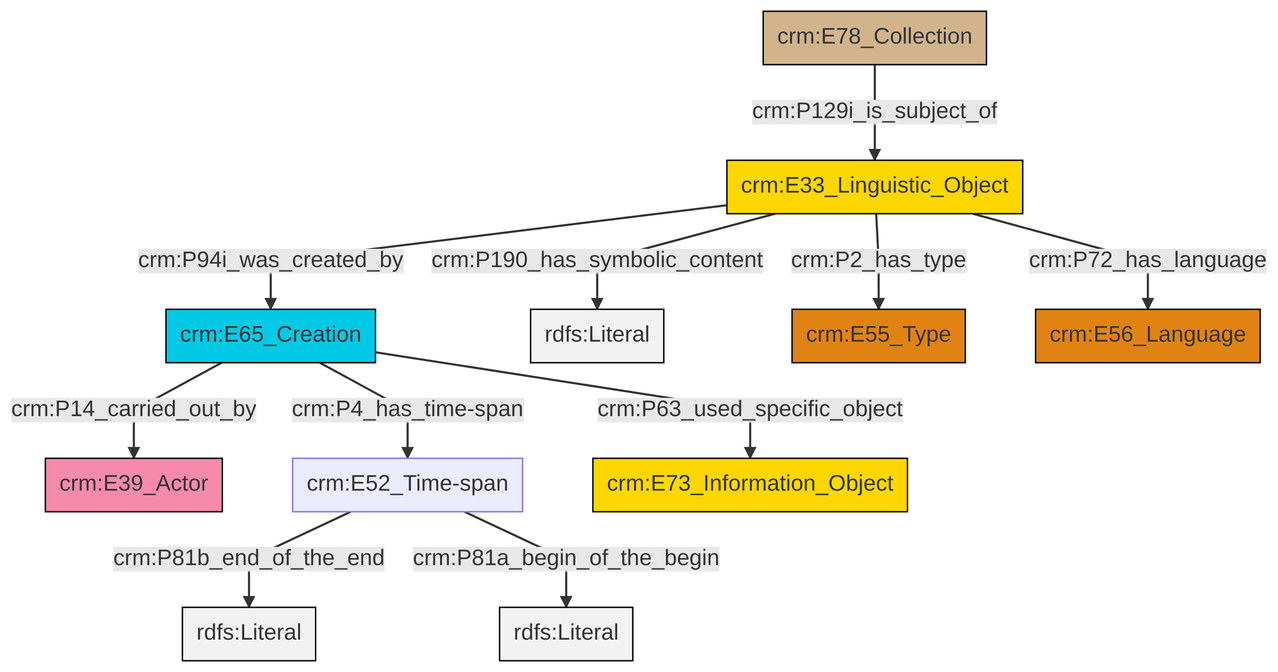
Earlier version of the Mermaid export et/archivalCSV/ttl/mmd/png/archival_desc.png (swiss-art-research-net/docs.swissartresearch). Its source is kept beside it as et/archivalCSV/ttl/mmd/archival_desc.ttl.mmd.
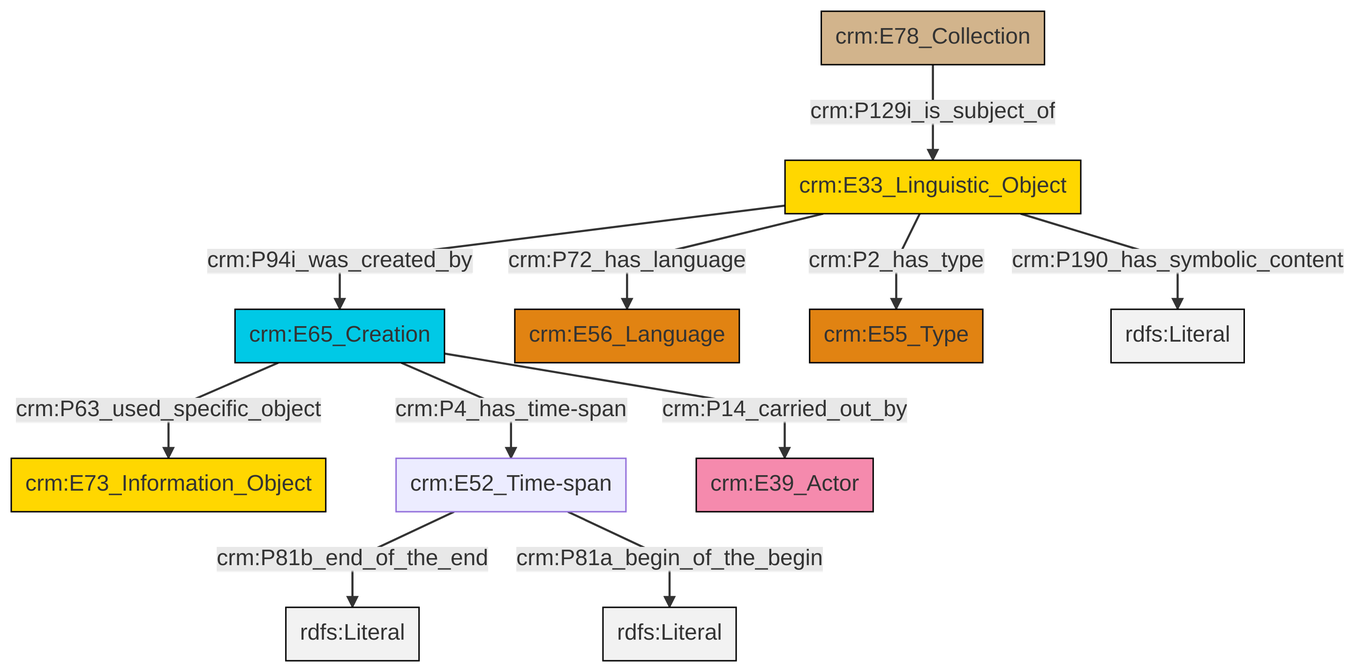
After the change.

Change to the diagram source:
```diff
@@ -13,13 +13,13 @@
 classDef PC_Classes fill:#4ce600, stroke:#000000;
 classDef Multi fill:#cccccc,stroke:#000000;
 
-0["crm:E65_Creation"]:::Temporal_Entity -->|crm:P14_carried_out_by| 1["crm:E39_Actor"]:::Actor
-2["crm:E33_Linguistic_Object"]:::Conceptual_Object -->|crm:P190_has_symbolic_content| 3[rdfs:Literal]:::Literal
-0["crm:E65_Creation"]:::Temporal_Entity -->|crm:P4_has_time-span| 7["crm:E52_Time-span"]:::Default
-7["crm:E52_Time-span"]:::Default -->|crm:P81b_end_of_the_end| 10[rdfs:Literal]:::Literal
-7["crm:E52_Time-span"]:::Default -->|crm:P81a_begin_of_the_begin| 18[rdfs:Literal]:::Literal
-2["crm:E33_Linguistic_Object"]:::Conceptual_Object -->|crm:P72_has_language| 13["crm:E56_Language"]:::Type
-0["crm:E65_Creation"]:::Temporal_Entity -->|crm:P63_used_specific_object| 15["crm:E73_Information_Object"]:::Conceptual_Object
-11["crm:E78_Collection"]:::Physical_Thing -->|crm:P129i_is_subject_of| 2["crm:E33_Linguistic_Object"]:::Conceptual_Object
-2["crm:E33_Linguistic_Object"]:::Conceptual_Object -->|crm:P2_has_type| 4["crm:E55_Type"]:::Type
-2["crm:E33_Linguistic_Object"]:::Conceptual_Object -->|crm:P94i_was_created_by| 0["crm:E65_Creation"]:::Temporal_Entity
+0["crm:E65_Creation"]:::Temporal_Entity -->|crm:P63_used_specific_object| 1["crm:E73_Information_Object"]:::Conceptual_Object
+0["crm:E65_Creation"]:::Temporal_Entity -->|crm:P14_carried_out_by| 6["crm:E39_Actor"]:::Actor
+2["crm:E78_Collection"]:::Physical_Thing -->|crm:P129i_is_subject_of| 7["crm:E33_Linguistic_Object"]:::Conceptual_Object
+7["crm:E33_Linguistic_Object"]:::Conceptual_Object -->|crm:P72_has_language| 8["crm:E56_Language"]:::Type
+4["crm:E52_Time-span"]:::Default -->|crm:P81b_end_of_the_end| 11[rdfs:Literal]:::Literal
+7["crm:E33_Linguistic_Object"]:::Conceptual_Object -->|crm:P94i_was_created_by| 0["crm:E65_Creation"]:::Temporal_Entity
+7["crm:E33_Linguistic_Object"]:::Conceptual_Object -->|crm:P2_has_type| 13["crm:E55_Type"]:::Type
+0["crm:E65_Creation"]:::Temporal_Entity -->|crm:P4_has_time-span| 4["crm:E52_Time-span"]:::Default
+7["crm:E33_Linguistic_Object"]:::Conceptual_Object -->|crm:P190_has_symbolic_content| 17[rdfs:Literal]:::Literal
+4["crm:E52_Time-span"]:::Default -->|crm:P81a_begin_of_the_begin| 18[rdfs:Literal]:::Literal
```
